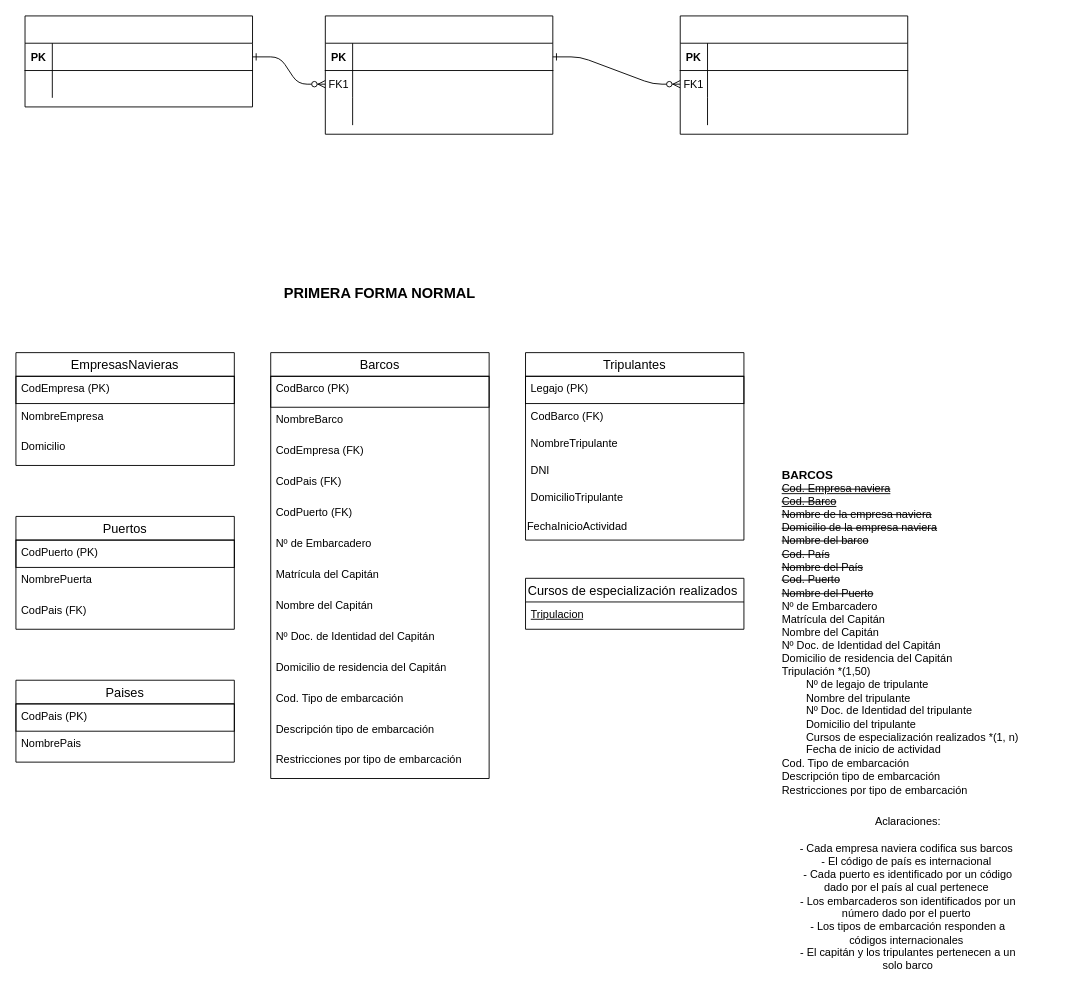
Above: Diagrama-de-Entidad-de-Relaciones.drawio in Jose-AA/TP-Barcos-Dise-o-y-Administracion-de-bd-Grupo-11 (draw.io), before the change. Source tidied: cells renumbered, new cells numbered last; positions are measured from the earlier drawing's top-left corner, leaving out a move shared by most shapes. Both pictures are drawn from the tidied source at 91%, with x=0, y=0 at pixel (15, 15).
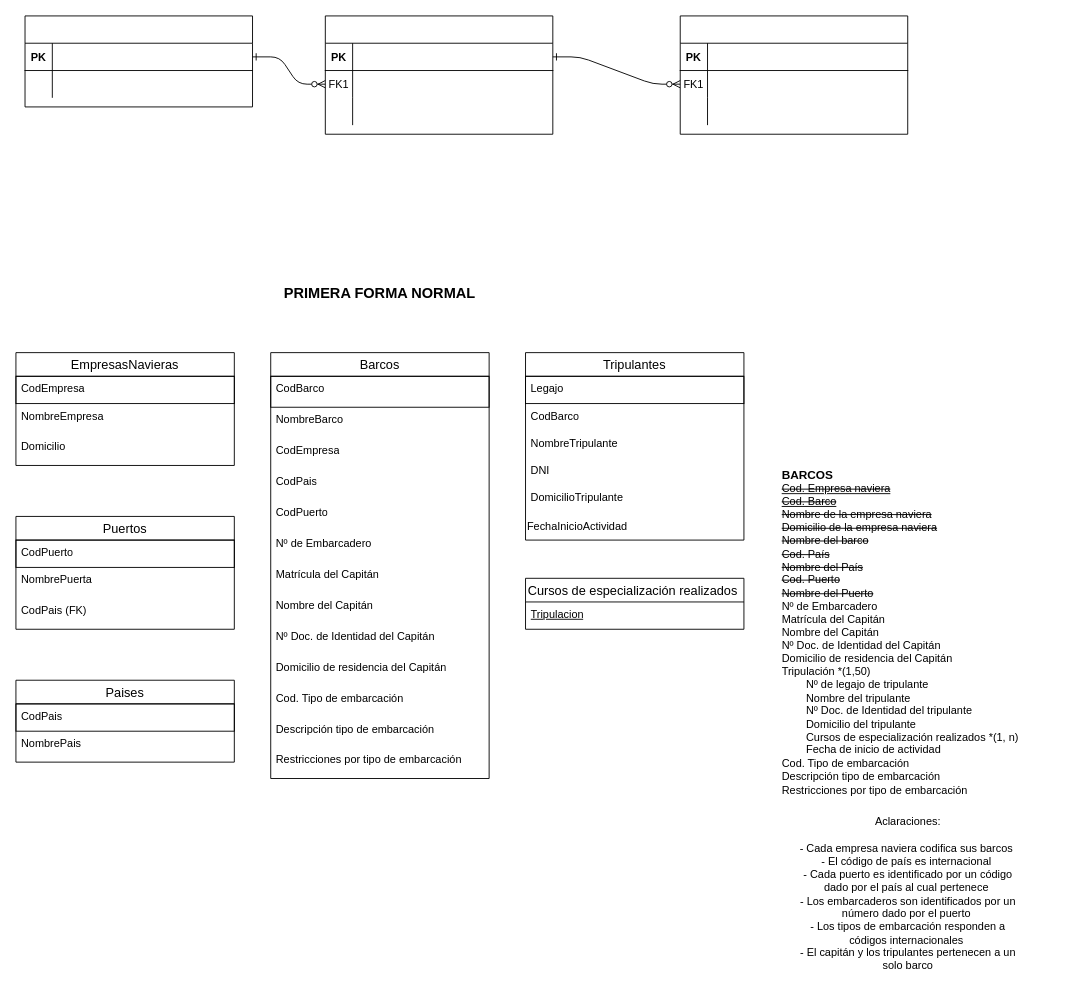
The same diagram, later.

The change refers to these unchanged cells:
```xml
<mxCell id="33" value="Barcos" style="swimlane;fontStyle=0;horizontal=1;startSize=26;align=center;fontSize=14;swimlaneLine=1;" parent="1" vertex="1">
  <mxGeometry x="280" y="370" width="240" height="468" as="geometry" />
</mxCell>
<mxCell id="48" value="Tripulantes" style="swimlane;fontStyle=0;horizontal=1;startSize=26;align=center;fontSize=14;" parent="1" vertex="1">
  <mxGeometry x="560" y="370" width="240" height="206" as="geometry" />
</mxCell>
<mxCell id="57" value="EmpresasNavieras" style="swimlane;fontStyle=0;horizontal=1;startSize=26;align=center;fontSize=14;swimlaneLine=1;" parent="1" vertex="1">
  <mxGeometry y="370" width="240" height="124" as="geometry" />
</mxCell>
<mxCell id="61" value="Puertos" style="swimlane;fontStyle=0;horizontal=1;startSize=26;align=center;fontSize=14;swimlaneLine=1;" parent="1" vertex="1">
  <mxGeometry y="550" width="240" height="124" as="geometry" />
</mxCell>
<mxCell id="65" value="Paises" style="swimlane;fontStyle=0;horizontal=1;startSize=26;align=center;fontSize=14;swimlaneLine=1;" parent="1" vertex="1">
  <mxGeometry y="730" width="240" height="90" as="geometry" />
</mxCell>
```

Change to the diagram source:
```diff
@@
-    <mxCell id="34" value="CodBarco (PK)" style="text;strokeColor=default;fillColor=none;spacingLeft=4;spacingRight=4;overflow=hidden;fontSize=12;whiteSpace=wrap;html=1;" parent="33" vertex="1">
+    <mxCell id="34" value="CodBarco" style="text;strokeColor=default;fillColor=none;spacingLeft=4;spacingRight=4;overflow=hidden;fontSize=12;whiteSpace=wrap;html=1;" parent="33" vertex="1">
       <mxGeometry y="26" width="240" height="34" as="geometry" />
     </mxCell>
@@
-    <mxCell id="36" value="CodEmpresa (FK)" style="text;strokeColor=none;fillColor=none;spacingLeft=4;spacingRight=4;overflow=hidden;fontSize=12;whiteSpace=wrap;html=1;" parent="33" vertex="1">
+    <mxCell id="36" value="CodEmpresa" style="text;strokeColor=none;fillColor=none;spacingLeft=4;spacingRight=4;overflow=hidden;fontSize=12;whiteSpace=wrap;html=1;" parent="33" vertex="1">
       <mxGeometry y="94" width="240" height="34" as="geometry" />
     </mxCell>
-    <mxCell id="37" value="CodPais (FK)&lt;u&gt;&lt;br&gt;&lt;/u&gt;" style="text;strokeColor=none;fillColor=none;spacingLeft=4;spacingRight=4;overflow=hidden;fontSize=12;whiteSpace=wrap;html=1;" parent="33" vertex="1">
+    <mxCell id="37" value="CodPais&lt;u&gt;&lt;br&gt;&lt;/u&gt;" style="text;strokeColor=none;fillColor=none;spacingLeft=4;spacingRight=4;overflow=hidden;fontSize=12;whiteSpace=wrap;html=1;" parent="33" vertex="1">
       <mxGeometry y="128" width="240" height="34" as="geometry" />
     </mxCell>
-    <mxCell id="38" value="CodPuerto (FK)" style="text;strokeColor=none;fillColor=none;spacingLeft=4;spacingRight=4;overflow=hidden;fontSize=12;whiteSpace=wrap;html=1;" parent="33" vertex="1">
+    <mxCell id="38" value="CodPuerto" style="text;strokeColor=none;fillColor=none;spacingLeft=4;spacingRight=4;overflow=hidden;fontSize=12;whiteSpace=wrap;html=1;" parent="33" vertex="1">
       <mxGeometry y="162" width="240" height="34" as="geometry" />
     </mxCell>
@@
-    <mxCell id="49" value="Legajo (PK)" style="text;strokeColor=default;fillColor=none;spacingLeft=4;spacingRight=4;overflow=hidden;fontSize=12;whiteSpace=wrap;html=1;align=left;" parent="48" vertex="1">
+    <mxCell id="49" value="Legajo" style="text;strokeColor=default;fillColor=none;spacingLeft=4;spacingRight=4;overflow=hidden;fontSize=12;whiteSpace=wrap;html=1;align=left;" parent="48" vertex="1">
       <mxGeometry y="26" width="240" height="30" as="geometry" />
     </mxCell>
-    <mxCell id="50" value="CodBarco (FK)" style="text;strokeColor=none;fillColor=none;spacingLeft=4;spacingRight=4;overflow=hidden;fontSize=12;whiteSpace=wrap;html=1;" parent="48" vertex="1">
+    <mxCell id="50" value="CodBarco" style="text;strokeColor=none;fillColor=none;spacingLeft=4;spacingRight=4;overflow=hidden;fontSize=12;whiteSpace=wrap;html=1;" parent="48" vertex="1">
       <mxGeometry y="56" width="240" height="30" as="geometry" />
     </mxCell>
@@
-    <mxCell id="58" value="CodEmpresa (PK)" style="text;strokeColor=default;fillColor=none;spacingLeft=4;spacingRight=4;overflow=hidden;fontSize=12;whiteSpace=wrap;html=1;" parent="57" vertex="1">
+    <mxCell id="58" value="CodEmpresa" style="text;strokeColor=default;fillColor=none;spacingLeft=4;spacingRight=4;overflow=hidden;fontSize=12;whiteSpace=wrap;html=1;" parent="57" vertex="1">
       <mxGeometry y="26" width="240" height="30" as="geometry" />
     </mxCell>
@@
-    <mxCell id="62" value="CodPuerto (PK)" style="text;strokeColor=default;fillColor=none;spacingLeft=4;spacingRight=4;overflow=hidden;fontSize=12;whiteSpace=wrap;html=1;" parent="61" vertex="1">
+    <mxCell id="62" value="CodPuerto" style="text;strokeColor=default;fillColor=none;spacingLeft=4;spacingRight=4;overflow=hidden;fontSize=12;whiteSpace=wrap;html=1;" parent="61" vertex="1">
       <mxGeometry y="26" width="240" height="30" as="geometry" />
     </mxCell>
@@
-    <mxCell id="66" value="CodPais (PK)" style="text;strokeColor=default;fillColor=none;spacingLeft=4;spacingRight=4;overflow=hidden;fontSize=12;whiteSpace=wrap;html=1;" parent="65" vertex="1">
+    <mxCell id="66" value="CodPais" style="text;strokeColor=default;fillColor=none;spacingLeft=4;spacingRight=4;overflow=hidden;fontSize=12;whiteSpace=wrap;html=1;" parent="65" vertex="1">
       <mxGeometry y="26" width="240" height="30" as="geometry" />
     </mxCell>
```
